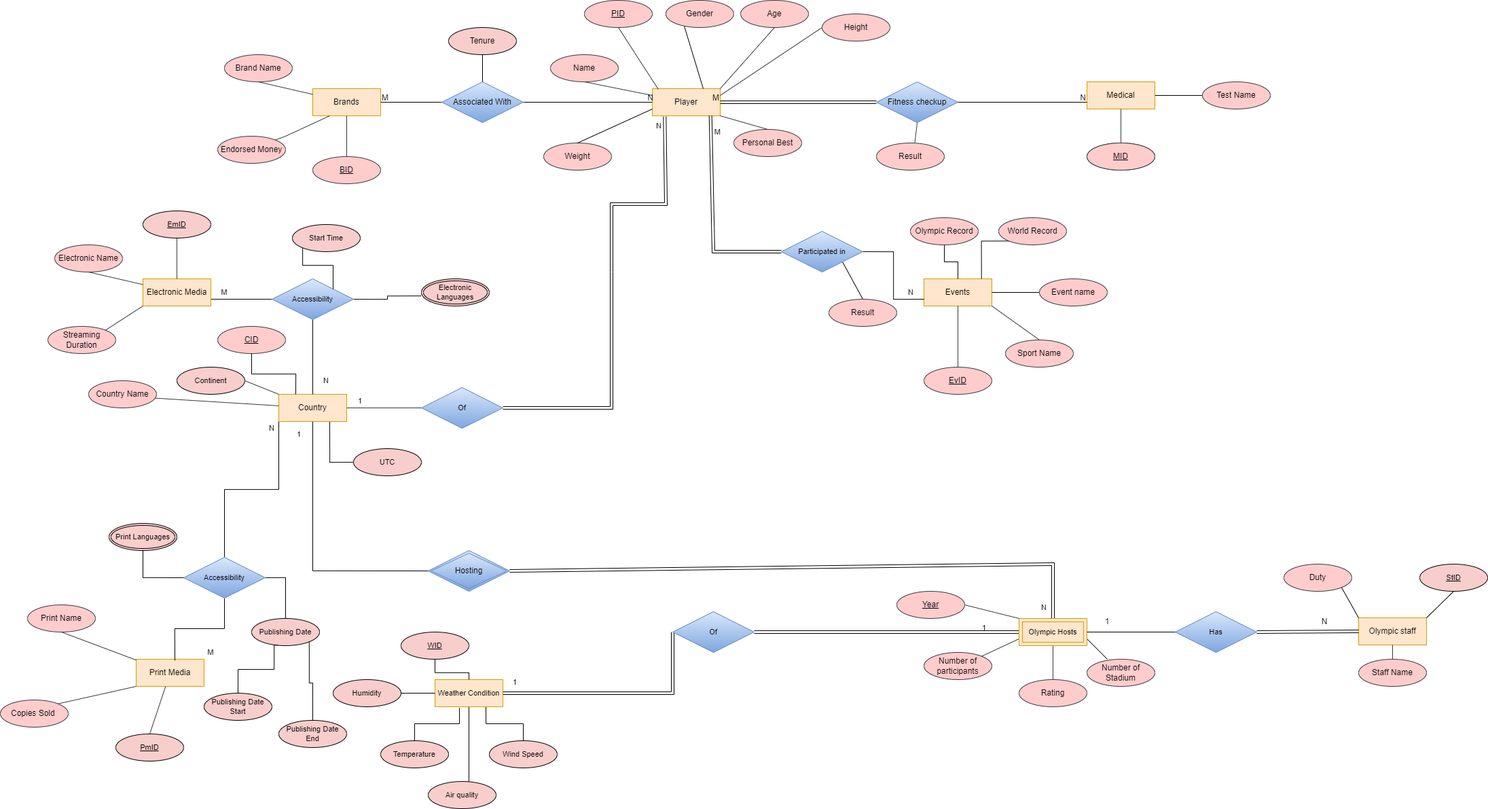
This is ER and Relational/ER_Diagram.drawio.png from Keyur1284/DBMS-Project-Olympics, a draw.io export, as it was before one commit. Source tidied: cells renumbered, new cells last; positions are measured from the earlier drawing's top-left corner, leaving out a move shared by most shapes.
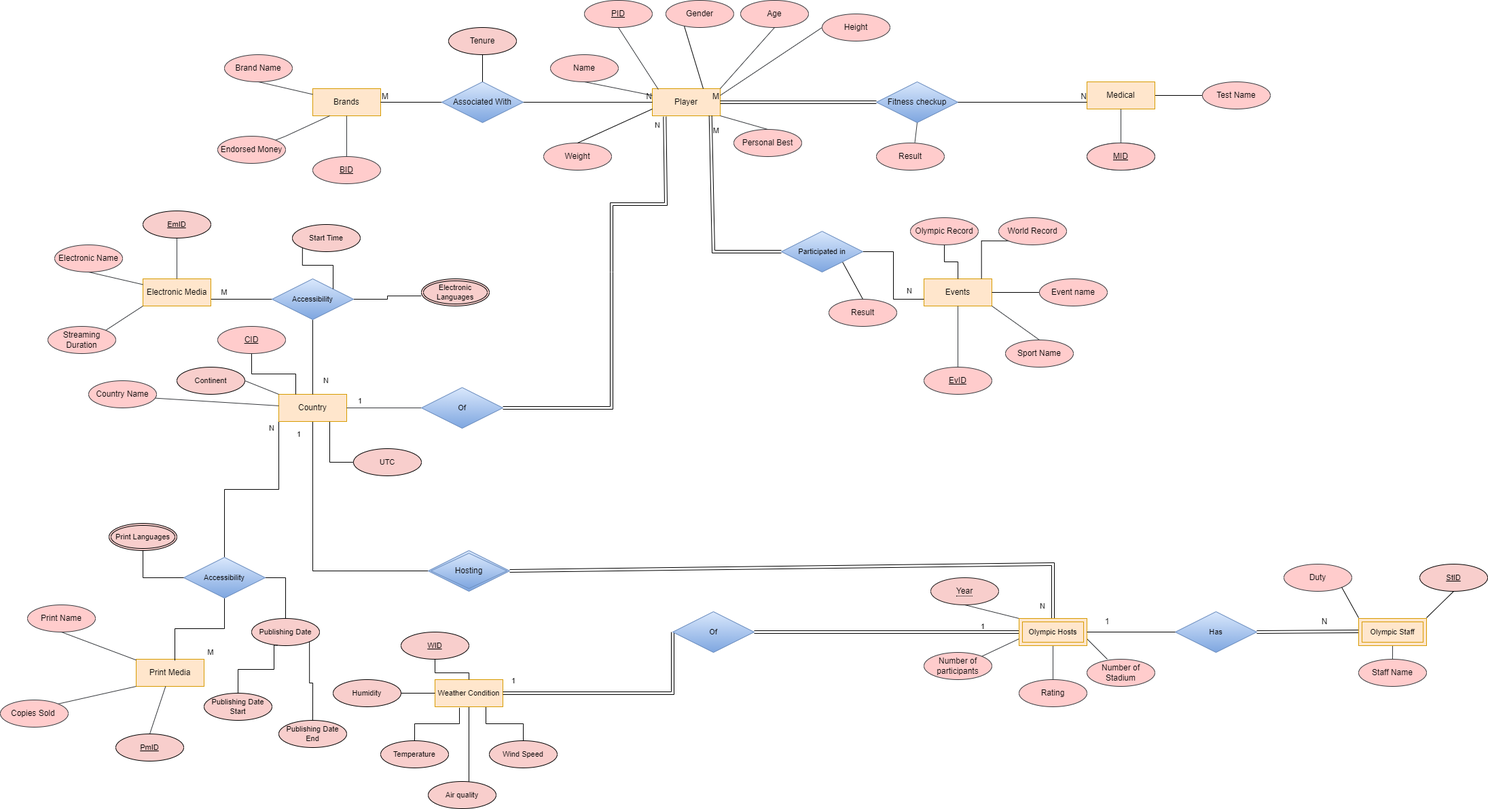
The same file after the commit.

Diff of the diagram source:
```diff
@@ -116,8 +116,10 @@
     <mxCell id="35" value="MID" style="ellipse;whiteSpace=wrap;html=1;align=center;fontStyle=4;fillColor=#ffcccc;strokeColor=#36393d;" parent="1" vertex="1">
       <mxGeometry x="1600" y="210" width="100" height="40" as="geometry" />
     </mxCell>
-    <mxCell id="36" style="endArrow=none;html=1;rounded=0;entryX=1;entryY=0.5;entryDx=0;entryDy=0;fillColor=#ffcccc;strokeColor=#36393d;exitX=0;exitY=0;exitDx=0;exitDy=0;" parent="1" edge="1" source="133" target="41">
-      <mxGeometry relative="1" as="geometry" />
+    <mxCell id="36" style="endArrow=none;html=1;rounded=0;entryX=1;entryY=0.5;entryDx=0;entryDy=0;fillColor=#ffcccc;strokeColor=#36393d;exitX=0;exitY=0;exitDx=0;exitDy=0;" parent="1" edge="1" source="133">
+      <mxGeometry relative="1" as="geometry">
+        <mxPoint x="1420" y="890" as="targetPoint" />
+      </mxGeometry>
     </mxCell>
     <mxCell id="37" style="edgeStyle=orthogonalEdgeStyle;rounded=0;jettySize=auto;html=1;endArrow=none;endFill=0;fillColor=#ffcccc;strokeColor=#36393d;exitX=0.5;exitY=0;exitDx=0;exitDy=0;entryX=0.5;entryY=1;entryDx=0;entryDy=0;" parent="1" edge="1" source="42" target="133">
       <mxGeometry relative="1" as="geometry" />
@@ -131,9 +133,6 @@
     <mxCell id="40" style="edgeStyle=orthogonalEdgeStyle;rounded=0;orthogonalLoop=1;jettySize=auto;html=1;exitX=0.5;exitY=1;exitDx=0;exitDy=0;fillColor=#ffcccc;strokeColor=#36393d;" parent="1" edge="1" source="38" target="38">
       <mxGeometry relative="1" as="geometry" />
     </mxCell>
-    <mxCell id="41" value="Year" style="ellipse;whiteSpace=wrap;html=1;align=center;fontStyle=4;fillColor=#ffcccc;strokeColor=#36393d;" parent="1" vertex="1">
-      <mxGeometry x="1320" y="870" width="100" height="40" as="geometry" />
-    </mxCell>
     <mxCell id="42" value="Rating" style="ellipse;whiteSpace=wrap;html=1;align=center;shadow=0;fillColor=#ffcccc;strokeColor=#36393d;direction=east;flipV=0;flipH=1;" parent="1" vertex="1">
       <mxGeometry x="1500" y="1000" width="100" height="40" as="geometry" />
     </mxCell>
@@ -424,11 +423,10 @@
         <mxPoint x="264" y="226" as="offset" />
       </mxGeometry>
     </mxCell>
-    <mxCell id="126" value="Olympic staff" style="whiteSpace=wrap;html=1;align=center;fillColor=#ffe6cc;strokeColor=#d79b00;" parent="1" vertex="1">
-      <mxGeometry x="2000" y="909" width="100" height="40" as="geometry" />
-    </mxCell>
-    <mxCell id="127" style="edgeStyle=orthogonalEdgeStyle;rounded=0;jettySize=auto;html=1;endArrow=none;endFill=0;fillColor=#ffcccc;strokeColor=#36393d;" parent="1" edge="1" source="128" target="126">
-      <mxGeometry relative="1" as="geometry" />
+    <mxCell id="127" style="edgeStyle=orthogonalEdgeStyle;rounded=0;jettySize=auto;html=1;endArrow=none;endFill=0;fillColor=#ffcccc;strokeColor=#36393d;" parent="1" edge="1" source="128">
+      <mxGeometry relative="1" as="geometry">
+        <mxPoint x="2050.1" y="949" as="targetPoint" />
+      </mxGeometry>
     </mxCell>
     <mxCell id="128" value="Staff Name" style="ellipse;whiteSpace=wrap;html=1;align=center;fillColor=#ffcccc;strokeColor=#36393d;" parent="1" vertex="1">
       <mxGeometry x="2000" y="970" width="100" height="40" as="geometry" />
@@ -520,17 +518,23 @@
     <mxCell id="155" value="PID" style="ellipse;whiteSpace=wrap;html=1;align=center;fontStyle=4;fillColor=#ffcccc;strokeColor=#36393d;" parent="1" vertex="1">
       <mxGeometry x="860" width="100" height="40" as="geometry" />
     </mxCell>
-    <mxCell id="156" style="endArrow=none;html=1;rounded=0;entryX=0.5;entryY=1;entryDx=0;entryDy=0;exitX=1;exitY=0;exitDx=0;exitDy=0;" parent="1" edge="1" source="126" target="129">
-      <mxGeometry relative="1" as="geometry" />
+    <mxCell id="156" style="endArrow=none;html=1;rounded=0;entryX=0.5;entryY=1;entryDx=0;entryDy=0;exitX=1;exitY=0;exitDx=0;exitDy=0;" parent="1" edge="1" target="129">
+      <mxGeometry relative="1" as="geometry">
+        <mxPoint x="2100" y="909" as="sourcePoint" />
+      </mxGeometry>
     </mxCell>
-    <mxCell id="157" style="endArrow=none;html=1;rounded=0;entryX=1;entryY=1;entryDx=0;entryDy=0;exitX=0;exitY=0;exitDx=0;exitDy=0;" parent="1" edge="1" source="126" target="143">
-      <mxGeometry relative="1" as="geometry" />
+    <mxCell id="157" style="endArrow=none;html=1;rounded=0;entryX=1;entryY=1;entryDx=0;entryDy=0;exitX=0;exitY=0;exitDx=0;exitDy=0;" parent="1" edge="1" target="143">
+      <mxGeometry relative="1" as="geometry">
+        <mxPoint x="2000" y="909" as="sourcePoint" />
+      </mxGeometry>
     </mxCell>
     <mxCell id="158" style="endArrow=none;html=1;rounded=0;entryX=1;entryY=0.5;entryDx=0;entryDy=0;exitX=0;exitY=0.5;exitDx=0;exitDy=0;" parent="1" edge="1" source="130" target="133">
       <mxGeometry relative="1" as="geometry" />
     </mxCell>
-    <mxCell id="159" style="shape=link;html=1;rounded=0;entryX=0;entryY=0.5;entryDx=0;entryDy=0;exitX=1;exitY=0.5;exitDx=0;exitDy=0;" parent="1" edge="1" source="130" target="126">
-      <mxGeometry relative="1" as="geometry" />
+    <mxCell id="159" style="shape=link;html=1;rounded=0;entryX=0;entryY=0.5;entryDx=0;entryDy=0;exitX=1;exitY=0.5;exitDx=0;exitDy=0;" parent="1" edge="1" source="130">
+      <mxGeometry relative="1" as="geometry">
+        <mxPoint x="2000" y="929" as="targetPoint" />
+      </mxGeometry>
     </mxCell>
     <mxCell id="160" value="1" style="text;html=1;strokeColor=none;fillColor=none;align=center;verticalAlign=middle;whiteSpace=wrap;rounded=0;" parent="1" vertex="1">
       <mxGeometry x="1600" y="900" width="60" height="30" as="geometry" />
@@ -538,5 +542,11 @@
     <mxCell id="161" value="N" style="text;html=1;strokeColor=none;fillColor=none;align=center;verticalAlign=middle;whiteSpace=wrap;rounded=0;" parent="1" vertex="1">
       <mxGeometry x="1920" y="900" width="60" height="30" as="geometry" />
     </mxCell>
+    <mxCell id="162" value="Olympic Staff" style="shape=ext;margin=3;double=1;whiteSpace=wrap;html=1;align=center;fontFamily=Helvetica;fontSize=11;fillColor=#ffe6cc;strokeColor=#d79b00;" parent="1" vertex="1">
+      <mxGeometry x="2000" y="910" width="100" height="40" as="geometry" />
+    </mxCell>
+    <mxCell id="41" value="&lt;span style=&quot;border-bottom: 1px dotted&quot;&gt;Year&lt;/span&gt;" style="ellipse;whiteSpace=wrap;html=1;align=center;fillColor=#f8cecc;strokeColor=#181616;fillStyle=solid;" parent="1" vertex="1">
+      <mxGeometry x="1370" y="850" width="100" height="40" as="geometry" />
+    </mxCell>
   </root>
 </mxGraphModel>
```
